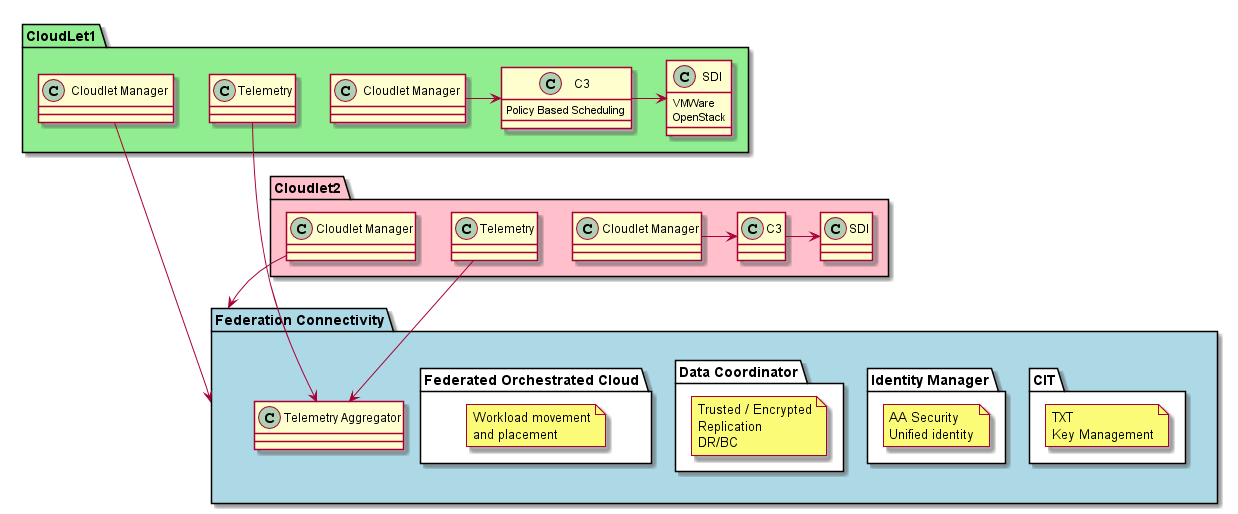
The PlantUML diagram docs/Solution/Logical.png in CAADE/CloudLet, before a commit.
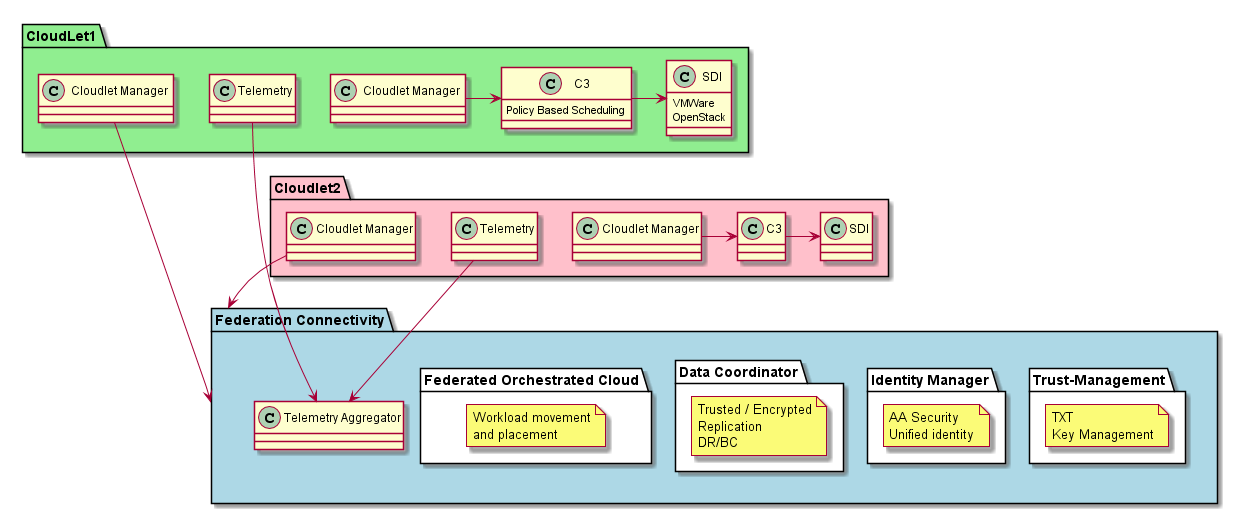
Later version of the same file.

The edit, as a diff of the source:
```diff
@@ -16,7 +16,7 @@
 
 package "Federation Connectivity" as FC #lightblue {
     class "Telemetry Aggregator" as TA
-    package "CIT" #ffffff {
+    package "Trust-Management" #ffffff {
       note as N1
       TXT
       Key Management
```
